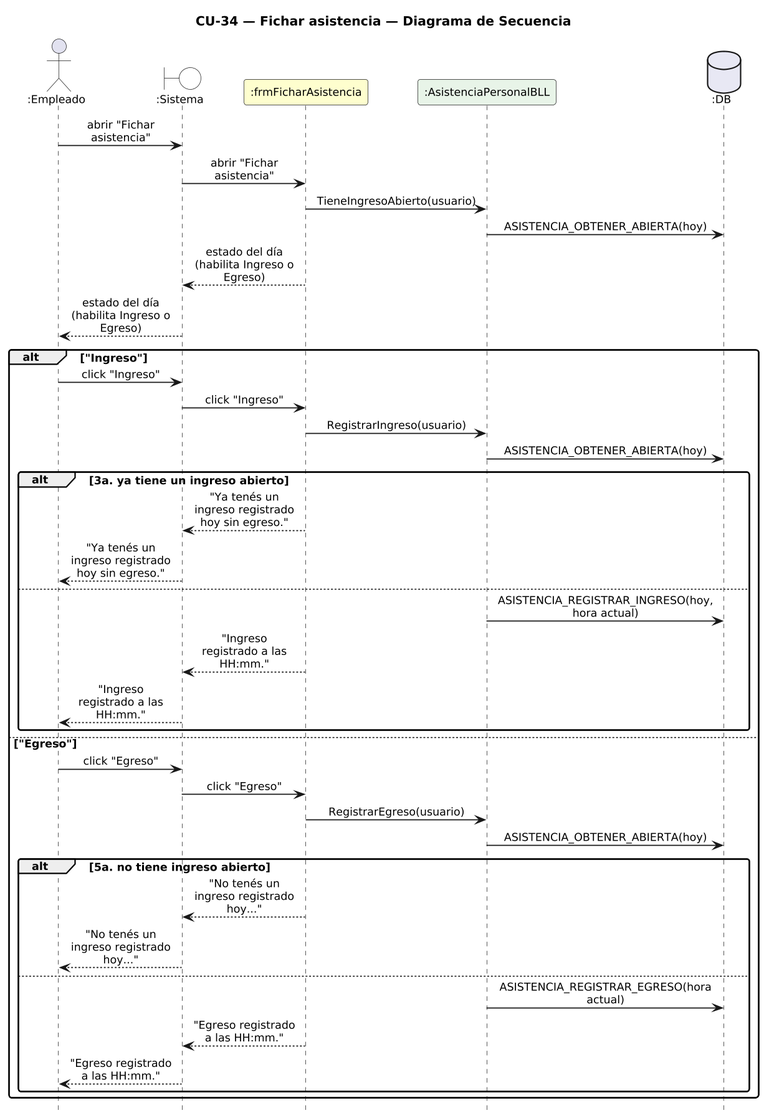
Urrels/ingenieria_software keeps this PlantUML diagram as DIAGRAMAS/DiagramaSecuencia_CU34_FicharAsistencia.png. Above is the earlier version. Its diagram source:
```plantuml
@startuml DiagramaSecuencia_CU34_FicharAsistencia

title CU-34 — Fichar asistencia — Diagrama de Secuencia

skinparam shadowing false
skinparam roundcorner 6
skinparam sequenceArrowThickness 1.2
skinparam ParticipantPadding 6
skinparam BoxPadding 4
skinparam maxMessageSize 115
skinparam sequenceMessageAlign center
skinparam defaultFontSize 12
skinparam dpi 140
hide footbox

actor ":Empleado" as E
boundary ":Sistema" as SYS #FFFFFF
participant ":frmFicharAsistencia" as F #FEFECE
participant ":AsistenciaPersonalBLL" as AB #E8F4E8
database ":DB" as DB #E8E8F4

E -> SYS : abrir "Fichar asistencia"
SYS -> F : abrir "Fichar asistencia"
F -> AB : TieneIngresoAbierto(usuario)
AB -> DB : ASISTENCIA_OBTENER_ABIERTA(hoy)
F --> SYS : estado del día (habilita Ingreso o Egreso)
SYS --> E : estado del día (habilita Ingreso o Egreso)
alt "Ingreso"
  E -> SYS : click "Ingreso"
  SYS -> F : click "Ingreso"
  F -> AB : RegistrarIngreso(usuario)
  AB -> DB : ASISTENCIA_OBTENER_ABIERTA(hoy)
  alt 3a. ya tiene un ingreso abierto
    F --> SYS : "Ya tenés un ingreso registrado hoy sin egreso."
    SYS --> E : "Ya tenés un ingreso registrado hoy sin egreso."
  else
    AB -> DB : ASISTENCIA_REGISTRAR_INGRESO(hoy, hora actual)
    F --> SYS : "Ingreso registrado a las HH:mm."
    SYS --> E : "Ingreso registrado a las HH:mm."
  end
else "Egreso"
  E -> SYS : click "Egreso"
  SYS -> F : click "Egreso"
  F -> AB : RegistrarEgreso(usuario)
  AB -> DB : ASISTENCIA_OBTENER_ABIERTA(hoy)
  alt 5a. no tiene ingreso abierto
    F --> SYS : "No tenés un ingreso registrado hoy..."
    SYS --> E : "No tenés un ingreso registrado hoy..."
  else
    AB -> DB : ASISTENCIA_REGISTRAR_EGRESO(hora actual)
    F --> SYS : "Egreso registrado a las HH:mm."
    SYS --> E : "Egreso registrado a las HH:mm."
  end
end

@enduml
```
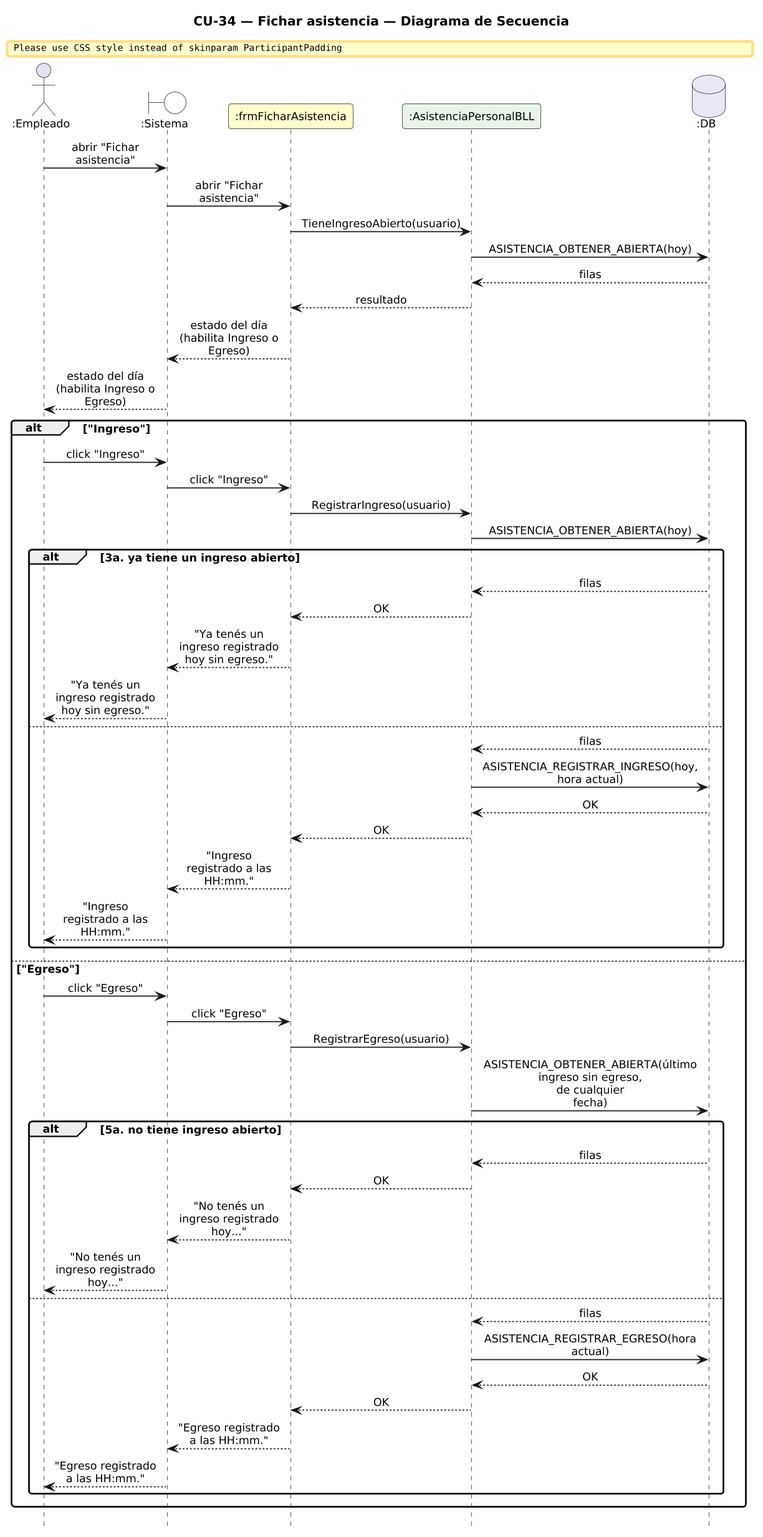
After the change.

Change to the diagram source:
```diff
@@ -23,6 +23,8 @@
 SYS -> F : abrir "Fichar asistencia"
 F -> AB : TieneIngresoAbierto(usuario)
 AB -> DB : ASISTENCIA_OBTENER_ABIERTA(hoy)
+DB --> AB : filas
+AB --> F : resultado
 F --> SYS : estado del día (habilita Ingreso o Egreso)
 SYS --> E : estado del día (habilita Ingreso o Egreso)
 alt "Ingreso"
@@ -31,10 +33,15 @@
   F -> AB : RegistrarIngreso(usuario)
   AB -> DB : ASISTENCIA_OBTENER_ABIERTA(hoy)
   alt 3a. ya tiene un ingreso abierto
+    DB --> AB : filas
+    AB --> F : OK
     F --> SYS : "Ya tenés un ingreso registrado hoy sin egreso."
     SYS --> E : "Ya tenés un ingreso registrado hoy sin egreso."
   else
+    DB --> AB : filas
     AB -> DB : ASISTENCIA_REGISTRAR_INGRESO(hoy, hora actual)
+    DB --> AB : OK
+    AB --> F : OK
     F --> SYS : "Ingreso registrado a las HH:mm."
     SYS --> E : "Ingreso registrado a las HH:mm."
   end
@@ -42,12 +49,17 @@
   E -> SYS : click "Egreso"
   SYS -> F : click "Egreso"
   F -> AB : RegistrarEgreso(usuario)
-  AB -> DB : ASISTENCIA_OBTENER_ABIERTA(hoy)
+  AB -> DB : ASISTENCIA_OBTENER_ABIERTA(último ingreso sin egreso, de cualquier fecha)
   alt 5a. no tiene ingreso abierto
+    DB --> AB : filas
+    AB --> F : OK
     F --> SYS : "No tenés un ingreso registrado hoy..."
     SYS --> E : "No tenés un ingreso registrado hoy..."
   else
+    DB --> AB : filas
     AB -> DB : ASISTENCIA_REGISTRAR_EGRESO(hora actual)
+    DB --> AB : OK
+    AB --> F : OK
     F --> SYS : "Egreso registrado a las HH:mm."
     SYS --> E : "Egreso registrado a las HH:mm."
   end
```
